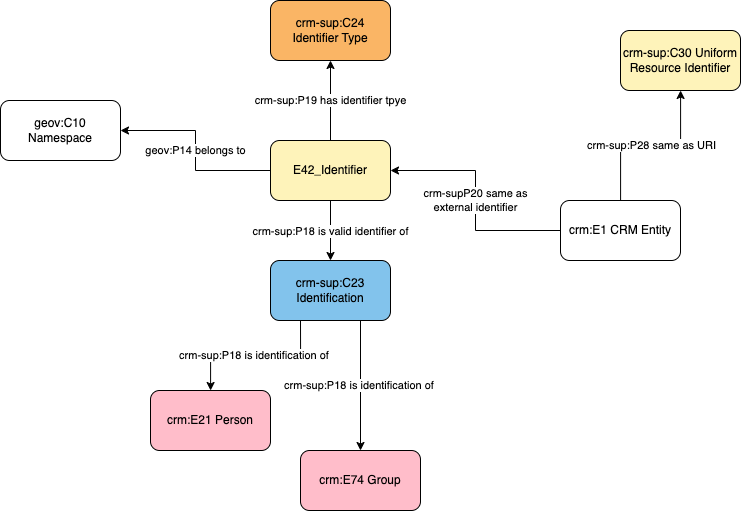
Semantic-Data-for-Humanities/SDHSS-Profiles keeps this draw.io diagram as Microprofiles/Diagrams/GV_Profile_Person-Identifier.drawio.png. Above is the earlier version. Source tidied: cells renumbered, new cells last; positions are measured from the earlier drawing's top-left corner, leaving out a move shared by most shapes.
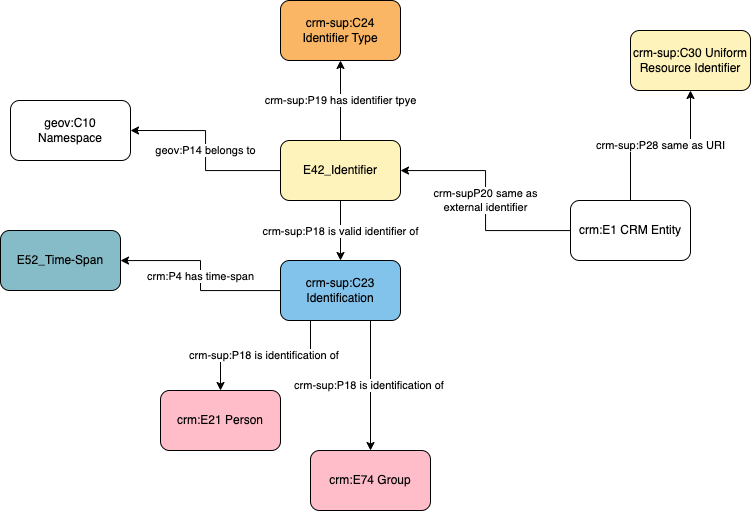
After the commit.

Change to the diagram source:
```diff
@@ -47,5 +47,11 @@
     <mxCell id="16" value="crm-sup:C30 Uniform Resource Identifier" style="rounded=1;whiteSpace=wrap;html=1;fillColor=#fef3ba;" parent="1" vertex="1">
       <mxGeometry x="620" y="30" width="120" height="60" as="geometry" />
     </mxCell>
+    <mxCell id="17" value="crm:P4 has time-span" style="edgeStyle=orthogonalEdgeStyle;rounded=0;jettySize=auto;html=1;" parent="1" edge="1" source="5" target="18">
+      <mxGeometry relative="1" as="geometry" />
+    </mxCell>
+    <mxCell id="18" value="E52_Time-Span" style="rounded=1;whiteSpace=wrap;html=1;fillColor=#86bcc8;" parent="1" vertex="1">
+      <mxGeometry x="-10" y="230" width="120" height="60" as="geometry" />
+    </mxCell>
   </root>
 </mxGraphModel>
```
